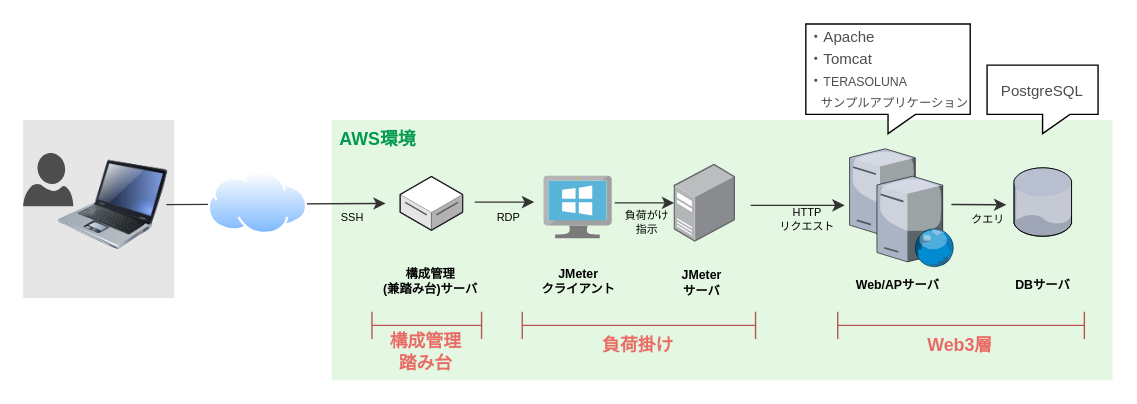
Earlier version of the draw.io diagram page "システム概要" (1 of 12) of design.drawio (muroya2355/aws_performance_test). Source tidied: cells renumbered, new cells numbered last; positions are measured from the earlier drawing's top-left corner, leaving out a move shared by most shapes. Both pictures are drawn from the tidied source at 137%, with x=0, y=0 at pixel (22, 23).
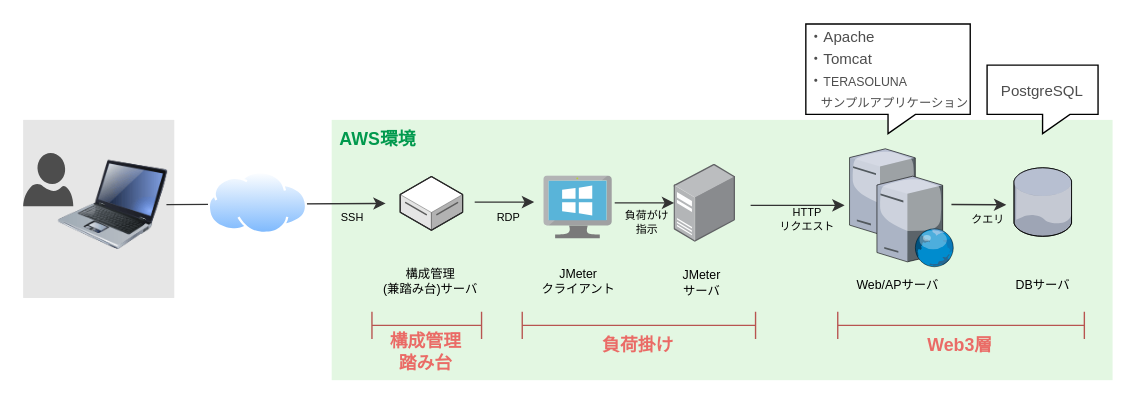
After the change.

The edit, as a diff of the source:
```diff
@@
-    <mxCell id="11" value="構成管理&lt;br style=&quot;font-size: 9px;&quot;&gt;(兼踏み台)サーバ" style="text;html=1;strokeColor=none;fillColor=none;align=center;verticalAlign=middle;whiteSpace=wrap;rounded=0;fontSize=9;fontStyle=1;" parent="1" vertex="1">
+    <mxCell id="11" value="構成管理&lt;br style=&quot;font-size: 9px;&quot;&gt;(兼踏み台)サーバ" style="text;html=1;strokeColor=none;fillColor=none;align=center;verticalAlign=middle;whiteSpace=wrap;rounded=0;fontSize=9;fontStyle=0;" parent="1" vertex="1">
       <mxGeometry x="241.6" y="178.2" width="112.2" height="20" as="geometry" />
     </mxCell>
-    <mxCell id="12" value="JMeter&lt;br style=&quot;font-size: 9px;&quot;&gt;クライアント" style="text;html=1;strokeColor=none;fillColor=none;align=center;verticalAlign=middle;whiteSpace=wrap;rounded=0;fontSize=9;fontStyle=1;" parent="1" vertex="1">
+    <mxCell id="12" value="JMeter&lt;br style=&quot;font-size: 9px;&quot;&gt;クライアント" style="text;html=1;strokeColor=none;fillColor=none;align=center;verticalAlign=middle;whiteSpace=wrap;rounded=0;fontSize=9;fontStyle=0;" parent="1" vertex="1">
       <mxGeometry x="364.7" y="178.2" width="81.8" height="20" as="geometry" />
     </mxCell>
-    <mxCell id="13" value="JMeter&lt;br style=&quot;font-size: 9px;&quot;&gt;サーバ" style="text;html=1;strokeColor=none;fillColor=none;align=center;verticalAlign=middle;whiteSpace=wrap;rounded=0;fontSize=9;fontStyle=1;" parent="1" vertex="1">
+    <mxCell id="13" value="JMeter&lt;br style=&quot;font-size: 9px;&quot;&gt;サーバ" style="text;html=1;strokeColor=none;fillColor=none;align=center;verticalAlign=middle;whiteSpace=wrap;rounded=0;fontSize=9;fontStyle=0;" parent="1" vertex="1">
       <mxGeometry x="454.6" y="179.2" width="81.8" height="20" as="geometry" />
     </mxCell>
-    <mxCell id="14" value="Web/APサーバ" style="text;html=1;strokeColor=none;fillColor=none;align=center;verticalAlign=middle;whiteSpace=wrap;rounded=0;fontSize=9;fontStyle=1;" parent="1" vertex="1">
+    <mxCell id="14" value="Web/APサーバ" style="text;html=1;strokeColor=none;fillColor=none;align=center;verticalAlign=middle;whiteSpace=wrap;rounded=0;fontSize=9;fontStyle=0;" parent="1" vertex="1">
       <mxGeometry x="598" y="181.2" width="81.8" height="20" as="geometry" />
     </mxCell>
-    <mxCell id="15" value="DBサーバ" style="text;html=1;strokeColor=none;fillColor=none;align=center;verticalAlign=middle;whiteSpace=wrap;rounded=0;fontSize=9;fontStyle=1;" parent="1" vertex="1">
+    <mxCell id="15" value="DBサーバ" style="text;html=1;strokeColor=none;fillColor=none;align=center;verticalAlign=middle;whiteSpace=wrap;rounded=0;fontSize=9;fontStyle=0;" parent="1" vertex="1">
       <mxGeometry x="704" y="181.2" width="81.8" height="20" as="geometry" />
     </mxCell>
```
